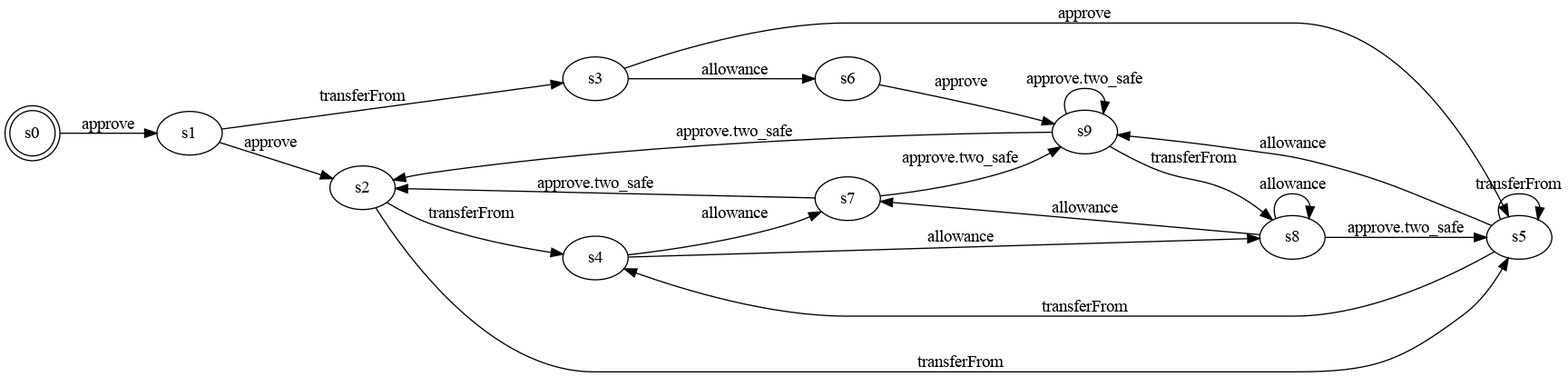
Before: Examples/Brains/sts/safe.dot.png, a diagram exported from Graphviz (frederic-mallet/ccsl-sts). Its source is kept beside it as Examples/Brains/sts/safe.dot. The source it was exported from:
```dot
digraph safe {
  rankdir="LR"
  s0 [ shape="doublecircle" ]
  s0->s1 [
    label= "approve"
  ] ;
  s1->s2 [
    label= "approve"
  ] ;
  s1->s3 [
    label= "transferFrom"
  ] ;
  s2->s4 [
    label= "transferFrom"
  ] ;
  s2->s5 [
    label= "transferFrom"
  ] ;
  s3->s5 [
    label= "approve"
  ] ;
  s3->s6 [
    label= "allowance"
  ] ;
  s4->s7 [
    label= "allowance"
  ] ;
  s4->s8 [
    label= "allowance"
  ] ;
  s5->s4 [
    label= "transferFrom"
  ] ;
  s5->s5 [
    label= "transferFrom"
  ] ;
  s5->s9 [
    label= "allowance"
  ] ;
  s6->s9 [
    label= "approve"
  ] ;
  s7->s2 [
    label= "approve.two_safe"
  ] ;
  s7->s9 [
    label= "approve.two_safe"
  ] ;
  s8->s5 [
    label= "approve.two_safe"
  ] ;
  s8->s7 [
    label= "allowance"
  ] ;
  s8->s8 [
    label= "allowance"
  ] ;
  s9->s2 [
    label= "approve.two_safe"
  ] ;
  s9->s9 [
    label= "approve.two_safe"
  ] ;
  s9->s8 [
    label= "transferFrom"
  ] ;
}
```
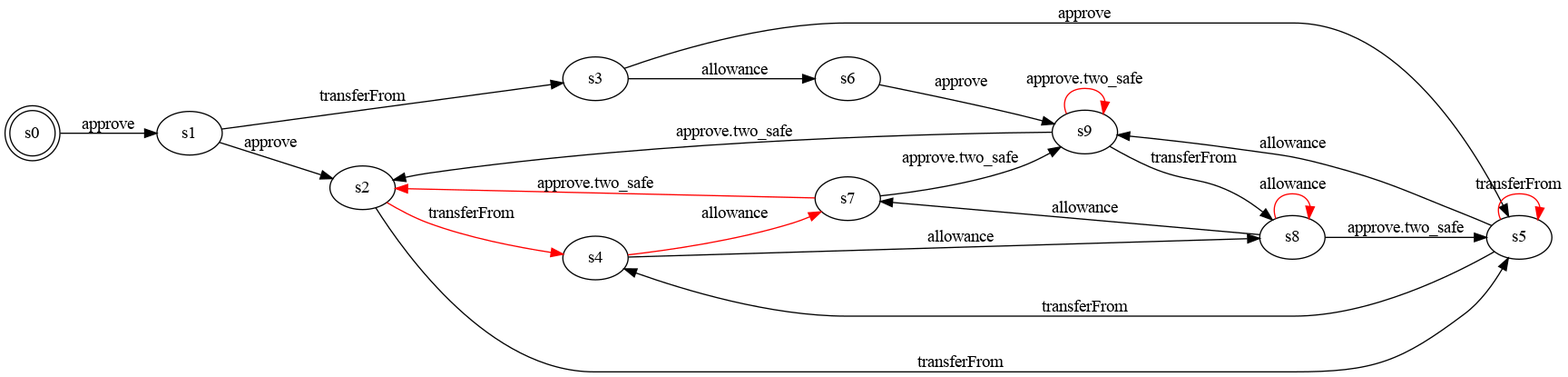
After the commit.

Diff of the diagram source:
```diff
@@ -11,7 +11,7 @@
     label= "transferFrom"
   ] ;
   s2->s4 [
-    label= "transferFrom"
+    color = "red"label= "transferFrom"
   ] ;
   s2->s5 [
     label= "transferFrom"
@@ -23,7 +23,7 @@
     label= "allowance"
   ] ;
   s4->s7 [
-    label= "allowance"
+    color = "red"label= "allowance"
   ] ;
   s4->s8 [
     label= "allowance"
@@ -32,7 +32,7 @@
     label= "transferFrom"
   ] ;
   s5->s5 [
-    label= "transferFrom"
+    color = "red"label= "transferFrom"
   ] ;
   s5->s9 [
     label= "allowance"
@@ -41,7 +41,7 @@
     label= "approve"
   ] ;
   s7->s2 [
-    label= "approve.two_safe"
+    color = "red"label= "approve.two_safe"
   ] ;
   s7->s9 [
     label= "approve.two_safe"
@@ -53,13 +53,13 @@
     label= "allowance"
   ] ;
   s8->s8 [
-    label= "allowance"
+    color = "red"label= "allowance"
   ] ;
   s9->s2 [
     label= "approve.two_safe"
   ] ;
   s9->s9 [
-    label= "approve.two_safe"
+    color = "red"label= "approve.two_safe"
   ] ;
   s9->s8 [
     label= "transferFrom"
```
